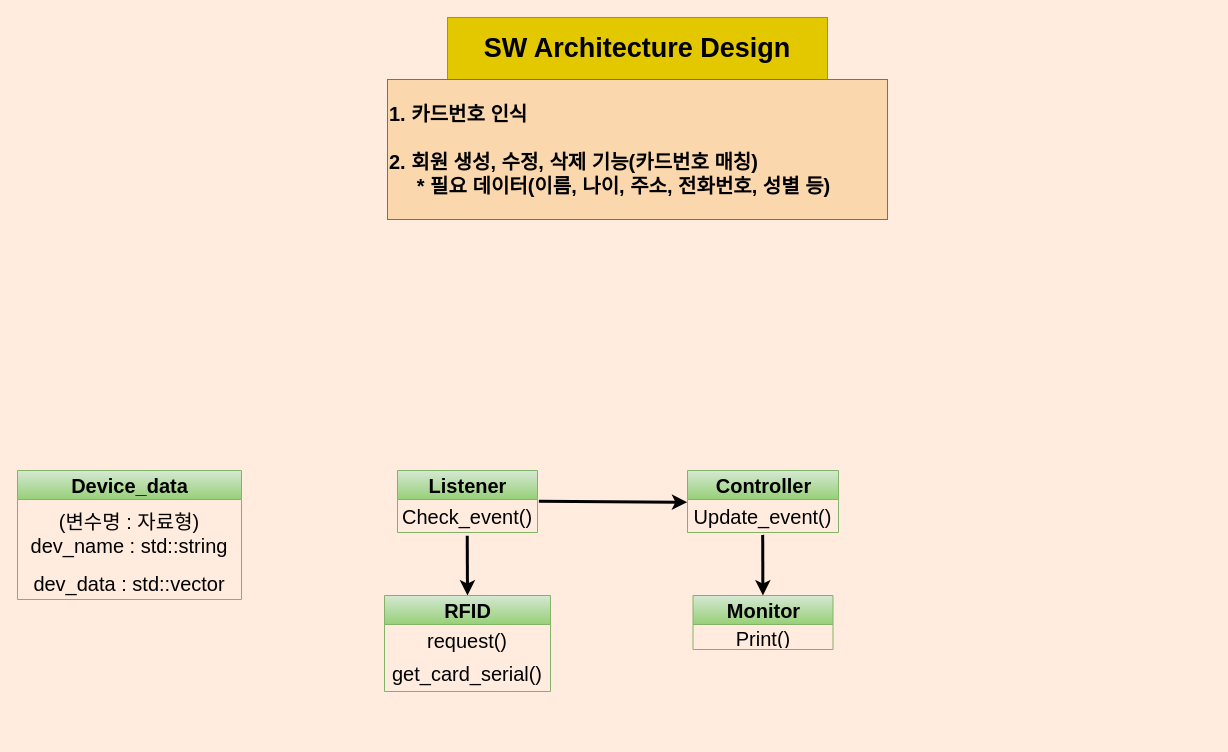
This is sw_design/Golf_member_manager_design.drawio from YongSinPark/Golf_member_manager, a draw.io file, before an edit. Source tidied: cells renumbered, new cells numbered last; positions are measured from the earlier drawing's top-left corner, leaving out a move shared by most shapes. Both pictures are drawn from the tidied source at 100%, with x=0, y=0 at pixel (17, 17).
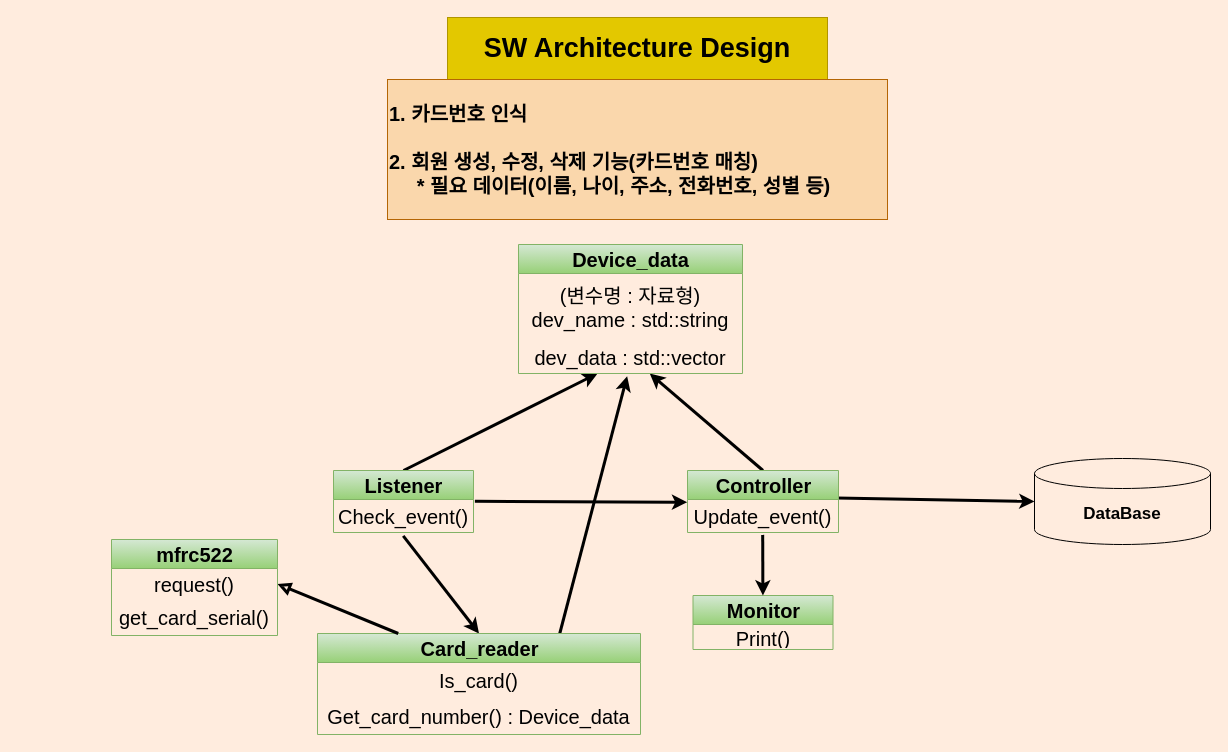
The same diagram, later.

Unchanged cells that the change refers to:
```xml
<mxCell id="13" value="&lt;font color=&quot;#000000&quot;&gt;Controller&lt;/font&gt;" style="swimlane;fontStyle=1;align=center;verticalAlign=middle;horizontal=1;startSize=29;html=1;fontSize=20;fillColor=#d5e8d4;strokeColor=#82b366;gradientColor=#97d077;" parent="1" vertex="1">
  <mxGeometry x="670" y="453" width="151" height="62" as="geometry" />
</mxCell>
<mxCell id="14" value="Update_event()" style="text;html=1;strokeColor=none;fillColor=none;align=center;verticalAlign=middle;spacingLeft=4;spacingRight=4;overflow=hidden;points=[[0,0.5],[1,0.5]];portConstraint=eastwest;fontSize=20;fontColor=#000000;" parent="13" vertex="1">
  <mxGeometry y="29" width="151" height="33" as="geometry" />
</mxCell>
<mxCell id="18" value="dev_data : std::vector" style="text;html=1;strokeColor=none;fillColor=none;align=center;verticalAlign=middle;spacingLeft=4;spacingRight=4;overflow=hidden;points=[[0,0.5],[1,0.5]];portConstraint=eastwest;fontSize=20;fontColor=#000000;" parent="16" vertex="1">
  <mxGeometry y="96" width="224" height="33" as="geometry" />
</mxCell>
```

Change to the diagram source:
```diff
@@
+    <mxCell id="19" style="edgeStyle=none;rounded=0;html=1;exitX=0.5;exitY=0;exitDx=0;exitDy=0;fontSize=20;fontColor=#000000;strokeColor=#000000;strokeWidth=3;" parent="1" edge="1" source="5" target="18">
+      <mxGeometry relative="1" as="geometry" />
+    </mxCell>
     <mxCell id="5" value="&lt;font color=&quot;#000000&quot;&gt;Listener&lt;/font&gt;" style="swimlane;fontStyle=1;align=center;verticalAlign=middle;horizontal=1;startSize=29;html=1;fontSize=20;fillColor=#d5e8d4;strokeColor=#82b366;gradientColor=#97d077;" parent="1" vertex="1">
-      <mxGeometry x="380" y="453" width="140" height="62" as="geometry" />
+      <mxGeometry x="316" y="453" width="140" height="62" as="geometry" />
     </mxCell>
@@
+    <mxCell id="20" style="edgeStyle=none;rounded=0;html=1;exitX=0.75;exitY=0;exitDx=0;exitDy=0;entryX=0.485;entryY=1.081;entryDx=0;entryDy=0;entryPerimeter=0;fontSize=20;fontColor=#000000;strokeColor=#000000;strokeWidth=3;" parent="1" edge="1" source="10" target="18">
+      <mxGeometry relative="1" as="geometry" />
+    </mxCell>
-    <mxCell id="10" value="&lt;font color=&quot;#000000&quot;&gt;RFID&lt;/font&gt;" style="swimlane;fontStyle=1;align=center;verticalAlign=middle;horizontal=1;startSize=29;html=1;fontSize=20;fillColor=#d5e8d4;gradientColor=#97d077;strokeColor=#82b366;" parent="1" vertex="1">
-      <mxGeometry x="367" y="578" width="166" height="96" as="geometry" />
+    <mxCell id="10" value="&lt;font color=&quot;#000000&quot;&gt;Card_reader&lt;/font&gt;" style="swimlane;fontStyle=1;align=center;verticalAlign=middle;horizontal=1;startSize=29;html=1;fontSize=20;fillColor=#d5e8d4;gradientColor=#97d077;strokeColor=#82b366;" parent="1" vertex="1">
+      <mxGeometry x="300" y="616" width="323" height="101" as="geometry" />
     </mxCell>
-    <mxCell id="11" value="request()" style="text;html=1;strokeColor=none;fillColor=none;align=center;verticalAlign=middle;spacingLeft=4;spacingRight=4;overflow=hidden;points=[[0,0.5],[1,0.5]];portConstraint=eastwest;fontSize=20;fontColor=#000000;" parent="10" vertex="1">
-      <mxGeometry y="29" width="166" height="31" as="geometry" />
-    </mxCell>
-    <mxCell id="12" value="get_card_serial()" style="text;html=1;strokeColor=none;fillColor=none;align=center;verticalAlign=middle;spacingLeft=4;spacingRight=4;overflow=hidden;fontSize=20;fontColor=#000000;" parent="10" vertex="1">
-      <mxGeometry y="60" width="166" height="36" as="geometry" />
+    <mxCell id="12" value="Is_card()" style="text;html=1;strokeColor=none;fillColor=none;align=center;verticalAlign=middle;spacingLeft=4;spacingRight=4;overflow=hidden;fontSize=20;fontColor=#000000;" parent="10" vertex="1">
+      <mxGeometry y="29" width="323" height="36" as="geometry" />
     </mxCell>
+    <mxCell id="21" value="Get_card_number() : Device_data" style="text;html=1;strokeColor=none;fillColor=none;align=center;verticalAlign=middle;spacingLeft=4;spacingRight=4;overflow=hidden;fontSize=20;fontColor=#000000;" parent="10" vertex="1">
+      <mxGeometry y="65" width="323" height="36" as="geometry" />
+    </mxCell>
+    <mxCell id="22" style="edgeStyle=none;rounded=0;html=1;exitX=0.5;exitY=0;exitDx=0;exitDy=0;fontSize=20;fontColor=#000000;strokeColor=#000000;strokeWidth=3;" parent="1" edge="1" source="13" target="18">
+      <mxGeometry relative="1" as="geometry" />
+    </mxCell>
+    <mxCell id="23" style="edgeStyle=none;html=1;exitX=0.987;exitY=-0.043;exitDx=0;exitDy=0;entryX=0;entryY=0.5;entryDx=0;entryDy=0;entryPerimeter=0;fontSize=17;fontColor=#000000;strokeColor=#000000;strokeWidth=3;exitPerimeter=0;" parent="1" edge="1" source="14" target="27">
+      <mxGeometry relative="1" as="geometry" />
+    </mxCell>
@@
     <mxCell id="16" value="&lt;font color=&quot;#000000&quot;&gt;Device_data&lt;/font&gt;" style="swimlane;fontStyle=1;align=center;verticalAlign=middle;horizontal=1;startSize=29;html=1;fontSize=20;fillColor=#d5e8d4;strokeColor=#82b366;gradientColor=#97d077;" parent="1" vertex="1">
-      <mxGeometry y="453" width="224" height="129" as="geometry" />
+      <mxGeometry x="501" y="227" width="224" height="129" as="geometry" />
     </mxCell>
@@
+    <mxCell id="24" style="edgeStyle=none;rounded=0;html=1;exitX=0.25;exitY=0;exitDx=0;exitDy=0;fontSize=20;fontColor=#000000;strokeColor=#000000;strokeWidth=3;endArrow=block;endFill=0;entryX=1;entryY=0.5;entryDx=0;entryDy=0;" parent="1" edge="1" source="10" target="11">
+      <mxGeometry relative="1" as="geometry" />
+    </mxCell>
+    <mxCell id="25" value="&lt;font color=&quot;#000000&quot;&gt;mfrc522&lt;/font&gt;" style="swimlane;fontStyle=1;align=center;verticalAlign=middle;horizontal=1;startSize=29;html=1;fontSize=20;fillColor=#d5e8d4;gradientColor=#97d077;strokeColor=#82b366;" parent="1" vertex="1">
+      <mxGeometry x="94" y="522" width="166" height="96" as="geometry" />
+    </mxCell>
+    <mxCell id="11" value="request()" style="text;html=1;strokeColor=none;fillColor=none;align=center;verticalAlign=middle;spacingLeft=4;spacingRight=4;overflow=hidden;points=[[0,0.5],[1,0.5]];portConstraint=eastwest;fontSize=20;fontColor=#000000;" parent="25" vertex="1">
+      <mxGeometry y="29" width="166" height="31" as="geometry" />
+    </mxCell>
+    <mxCell id="26" value="get_card_serial()" style="text;html=1;strokeColor=none;fillColor=none;align=center;verticalAlign=middle;spacingLeft=4;spacingRight=4;overflow=hidden;fontSize=20;fontColor=#000000;" parent="25" vertex="1">
+      <mxGeometry y="60" width="166" height="36" as="geometry" />
+    </mxCell>
+    <mxCell id="27" value="&lt;font color=&quot;#000000&quot; size=&quot;1&quot;&gt;&lt;b style=&quot;font-size: 17px&quot;&gt;DataBase&lt;/b&gt;&lt;/font&gt;" style="shape=cylinder3;whiteSpace=wrap;html=1;boundedLbl=1;backgroundOutline=1;size=15;fillColor=none;strokeColor=#000000;" parent="1" vertex="1">
+      <mxGeometry x="1017" y="441" width="176" height="86" as="geometry" />
+    </mxCell>
```
